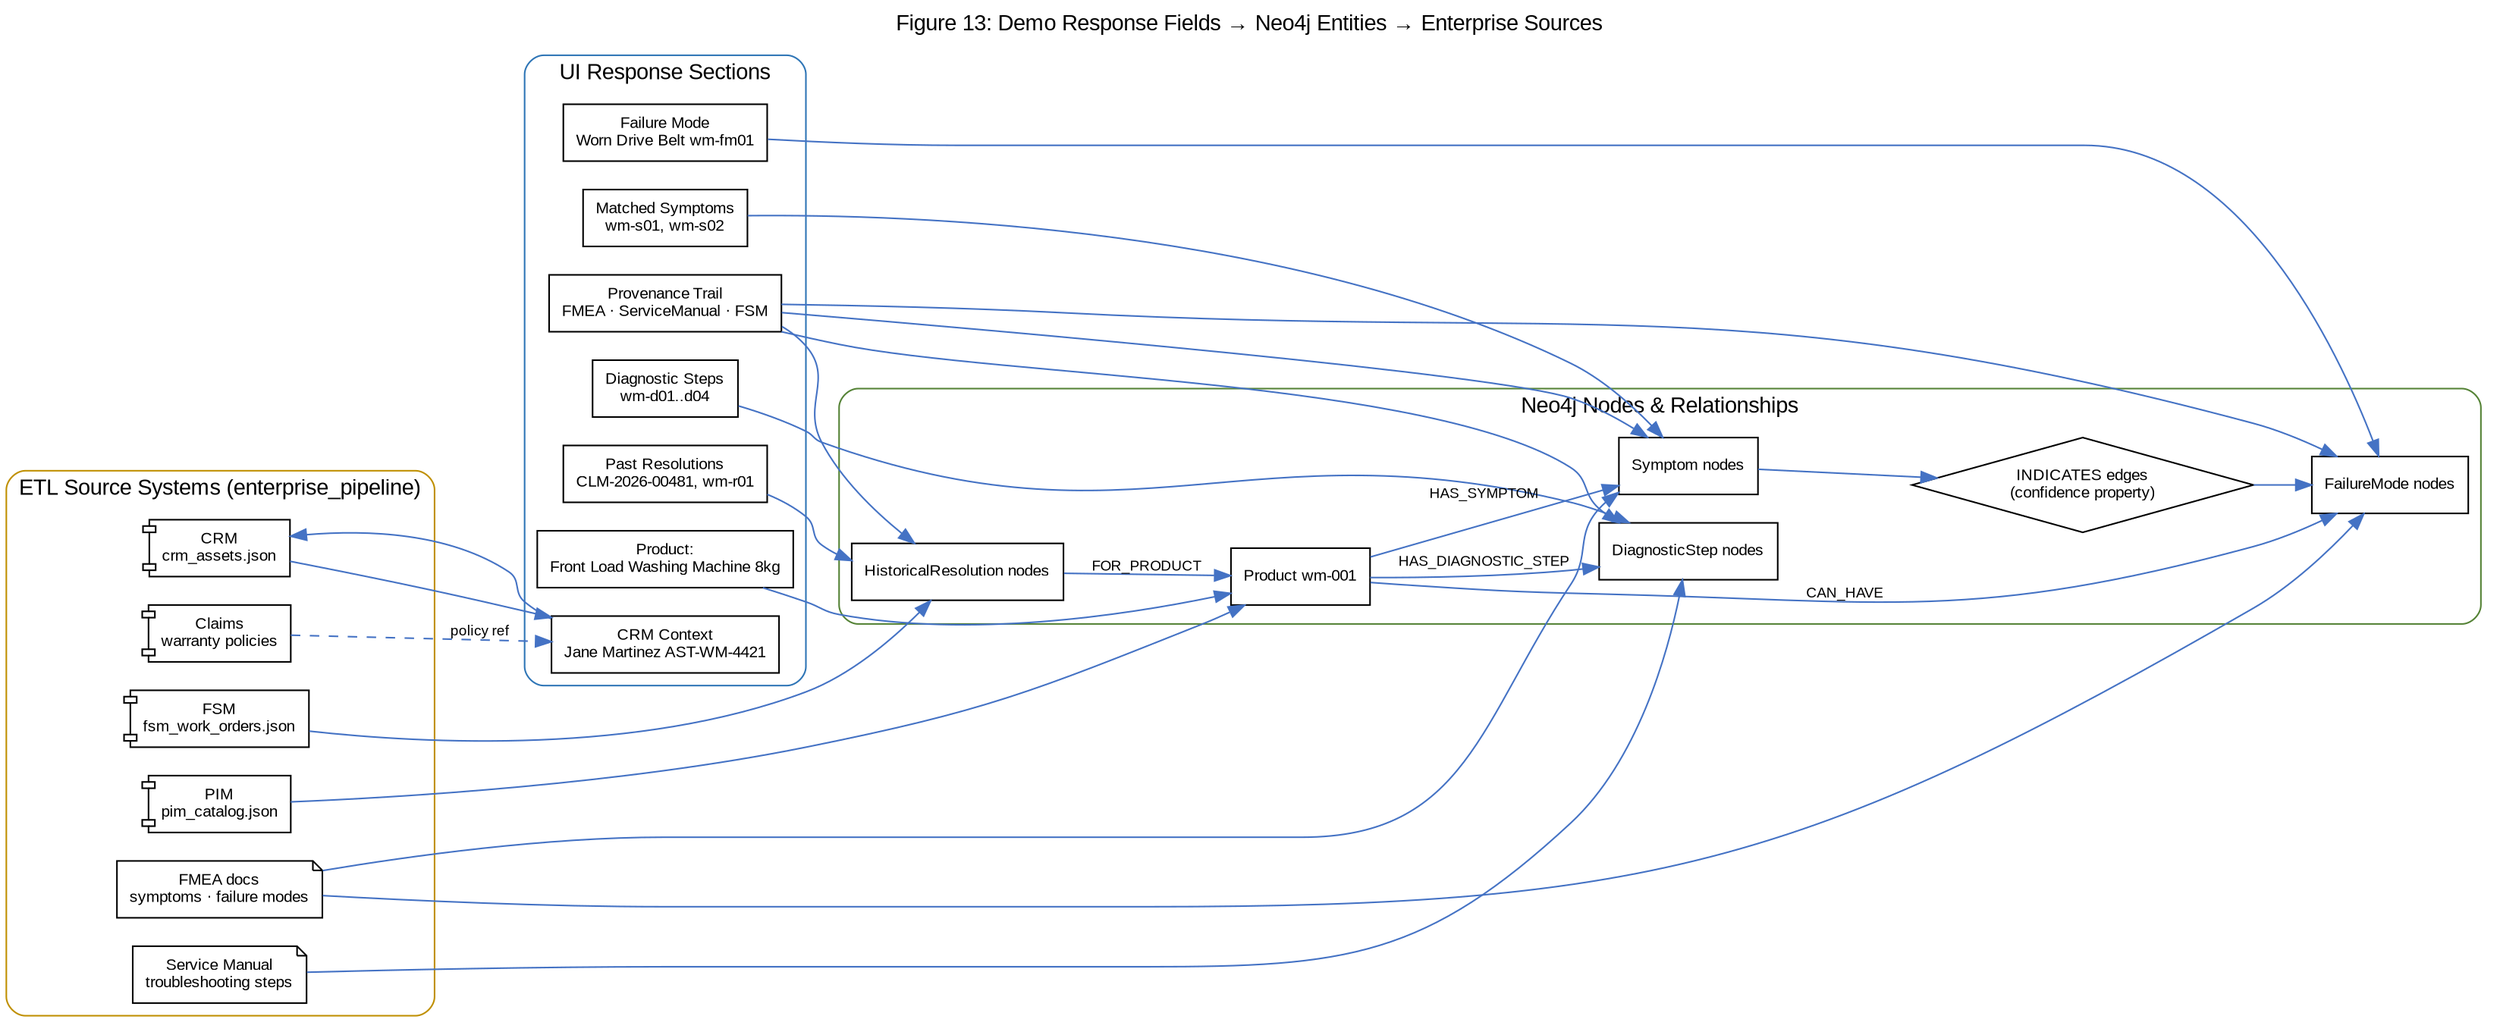
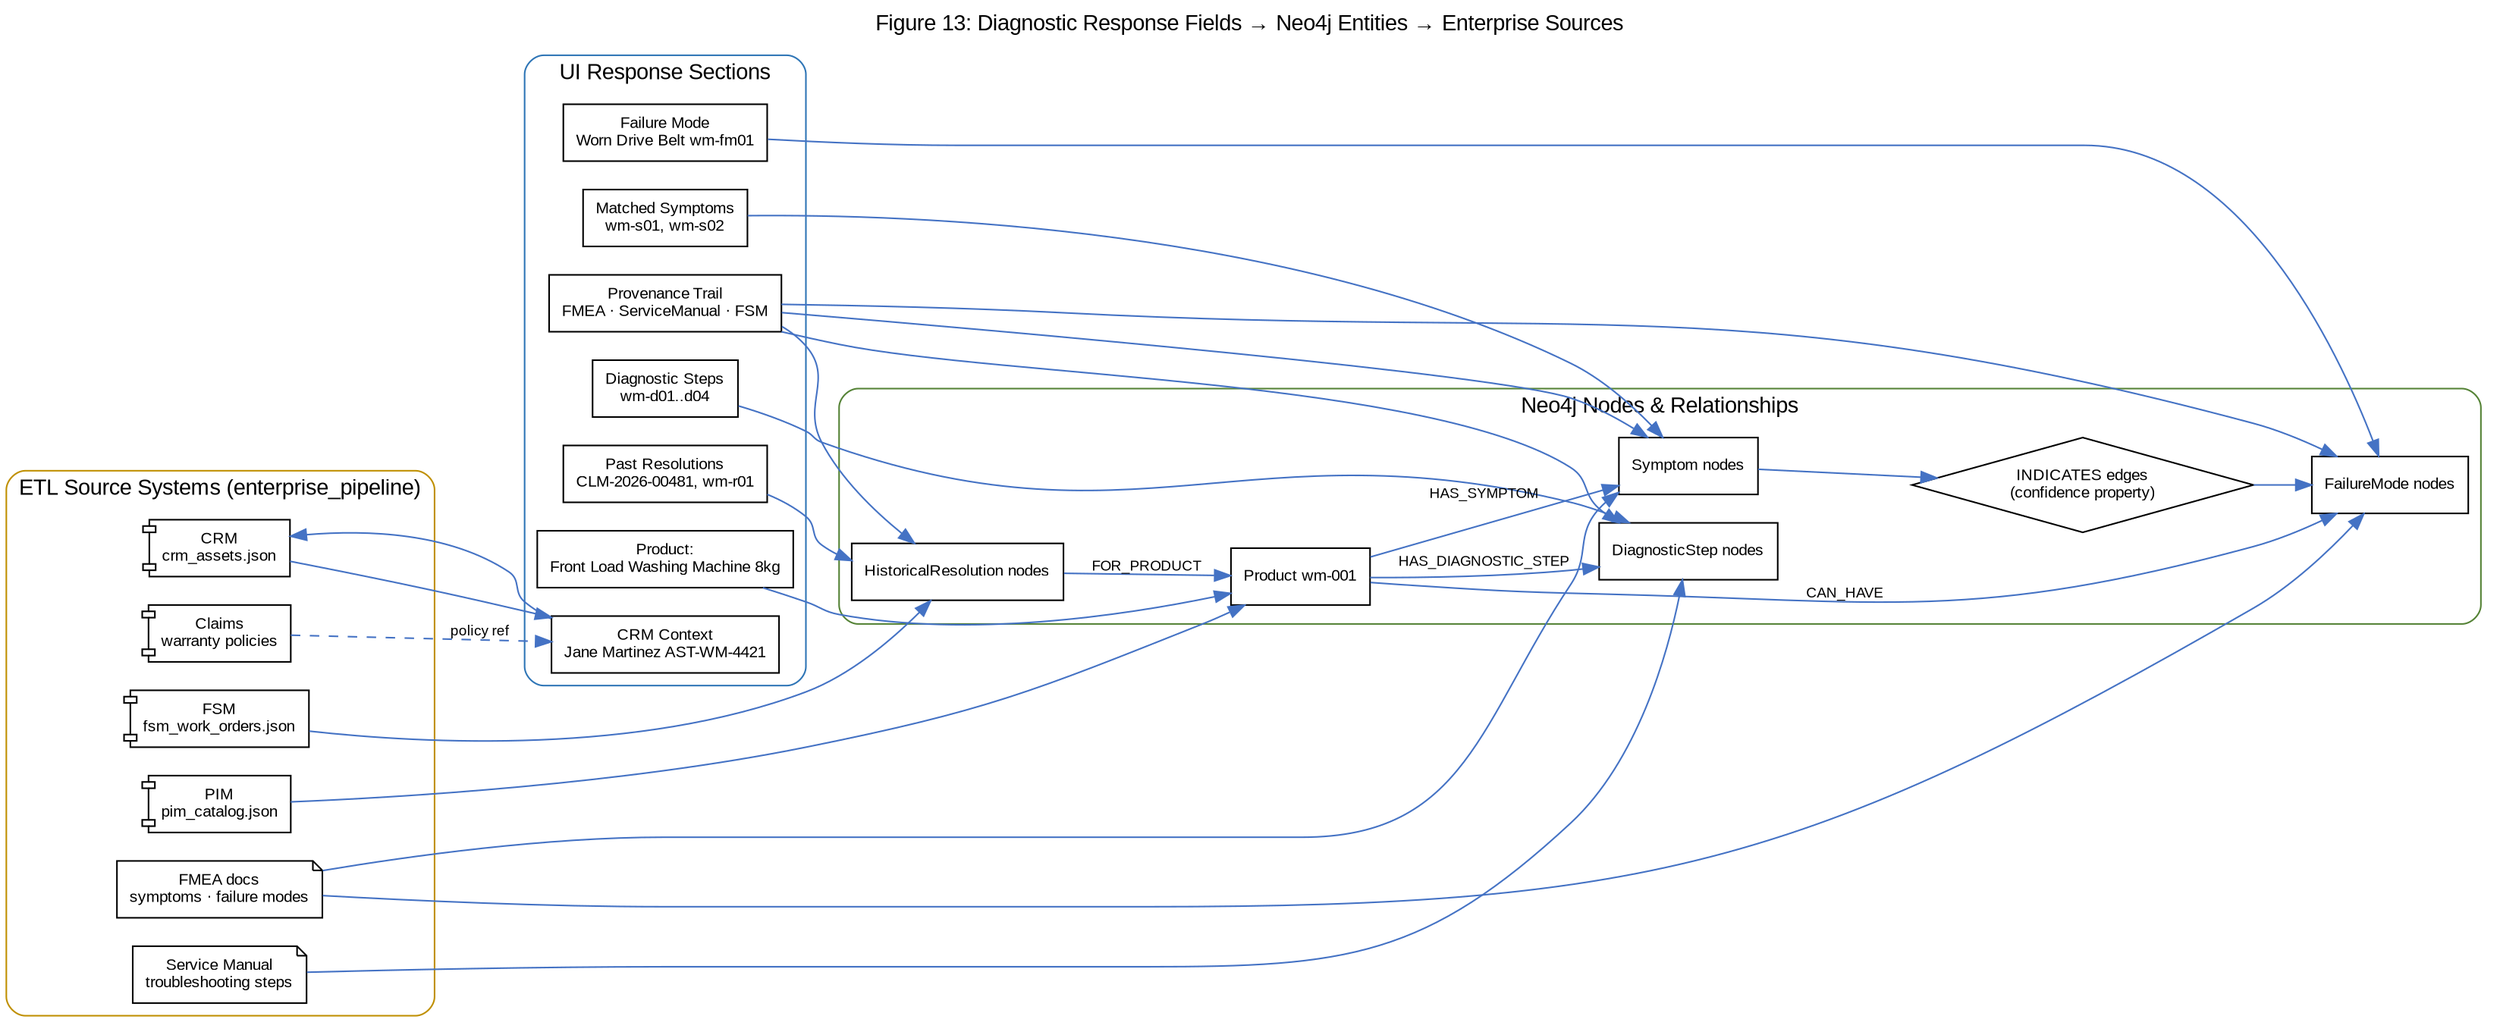
// Figure 13: Demo response fields mapped to knowledge graph entities and source systems
digraph DemoResponseFieldMap {
  graph [
    rankdir=LR
-     label="Figure 13: Demo Response Fields → Neo4j Entities → Enterprise Sources"
+     label="Figure 13: Diagnostic Response Fields → Neo4j Entities → Enterprise Sources"
    labelloc=t
    fontsize=14
    fontname="Arial"
    bgcolor="white"
  ]
  node [fontname="Arial", fontsize=10]
  edge [fontname="Arial", fontsize=9, color="#4472C4"]

  subgraph cluster_ui {
    label="UI Response Sections"
    style=rounded
    color="#2E75B6"
    R_PROD [label="Product:\nFront Load Washing Machine 8kg", shape=box, fillcolor="#D5E8F0"]
    R_SYM [label="Matched Symptoms\nwm-s01, wm-s02", shape=box, fillcolor="#D5E8F0"]
    R_FM [label="Failure Mode\nWorn Drive Belt wm-fm01", shape=box, fillcolor="#D5E8F0"]
    R_STEP [label="Diagnostic Steps\nwm-d01..d04", shape=box, fillcolor="#D5E8F0"]
    R_RES [label="Past Resolutions\nCLM-2026-00481, wm-r01", shape=box, fillcolor="#D5E8F0"]
    R_PROV [label="Provenance Trail\nFMEA · ServiceManual · FSM", shape=box, fillcolor="#D5E8F0"]
    R_CRM [label="CRM Context\nJane Martinez AST-WM-4421", shape=box, fillcolor="#FFF2CC"]
  }

  subgraph cluster_neo4j {
    label="Neo4j Nodes & Relationships"
    style=rounded
    color="#548235"
    N_P [label="Product wm-001", shape=box, fillcolor="#E2EFDA"]
    N_S [label="Symptom nodes", shape=box, fillcolor="#E2EFDA"]
    N_FM [label="FailureMode nodes", shape=box, fillcolor="#E2EFDA"]
    N_DS [label="DiagnosticStep nodes", shape=box, fillcolor="#E2EFDA"]
    N_HR [label="HistoricalResolution nodes", shape=box, fillcolor="#E2EFDA"]
    N_IND [label="INDICATES edges\n(confidence property)", shape=diamond, fillcolor="#C6E0B4"]
  }

  subgraph cluster_etl {
    label="ETL Source Systems (enterprise_pipeline)"
    style=rounded
    color="#BF8F00"
    PIM [label="PIM\npim_catalog.json", shape=component, fillcolor="#FFF2CC"]
    FMEA [label="FMEA docs\nsymptoms · failure modes", shape=note, fillcolor="#FFF2CC"]
    MAN [label="Service Manual\ntroubleshooting steps", shape=note, fillcolor="#FFF2CC"]
    FSM [label="FSM\nfsm_work_orders.json", shape=component, fillcolor="#FFF2CC"]
    CRM_SRC [label="CRM\ncrm_assets.json", shape=component, fillcolor="#FFF2CC"]
    CLM [label="Claims\nwarranty policies", shape=component, fillcolor="#FFF2CC"]
  }

  R_PROD -> N_P
  R_SYM -> N_S
  R_FM -> N_FM
  R_STEP -> N_DS
  R_RES -> N_HR
  R_PROV -> N_S
  R_PROV -> N_FM
  R_PROV -> N_DS
  R_PROV -> N_HR
  R_CRM -> CRM_SRC

  N_P -> N_S [label="HAS_SYMPTOM"]
  N_P -> N_FM [label="CAN_HAVE"]
  N_S -> N_IND -> N_FM
  N_P -> N_DS [label="HAS_DIAGNOSTIC_STEP"]
  N_HR -> N_P [label="FOR_PRODUCT"]

  PIM -> N_P
  FMEA -> N_S
  FMEA -> N_FM
  MAN -> N_DS
  FSM -> N_HR
  CRM_SRC -> R_CRM
  CLM -> R_CRM [style=dashed, label="policy ref"]
}